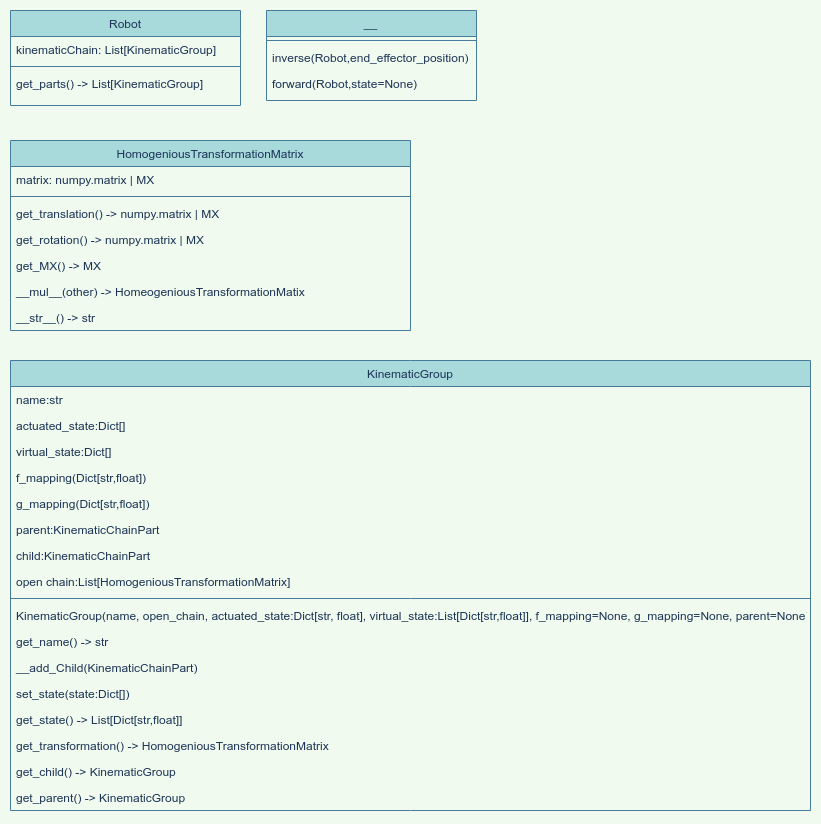
Before: docs/design/TriP.png, a diagram exported from draw.io (TriPed-Robot/trip_kinematics). Source tidied: cells renumbered, new cells last; positions are measured from the earlier drawing's top-left corner, leaving out a move shared by most shapes.
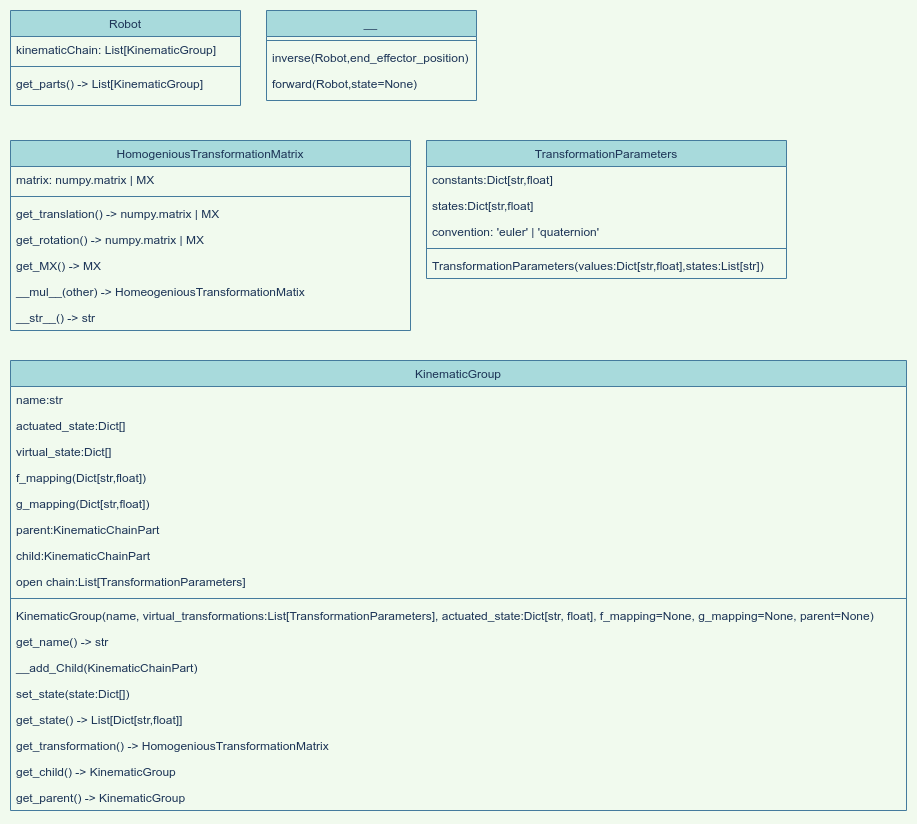
Later version of the same file.

What changed in the source:
```diff
@@ -27,58 +27,58 @@
       <mxGeometry y="60" width="210" height="26" as="geometry" />
     </mxCell>
     <mxCell id="10" value="KinematicGroup" style="swimlane;fontStyle=0;align=center;verticalAlign=top;horizontal=1;startSize=26;shadow=0;strokeWidth=1;fillColor=#A8DADC;strokeColor=#457B9D;fontColor=#1D3557;" parent="1" vertex="1">
-      <mxGeometry y="350" width="800" height="450" as="geometry" />
+      <mxGeometry y="350" width="896" height="450" as="geometry" />
     </mxCell>
     <mxCell id="11" value="name:str" style="text;align=left;verticalAlign=top;spacingLeft=4;spacingRight=4;overflow=hidden;fontColor=#1D3557;" parent="10" vertex="1">
-      <mxGeometry y="26" width="800" height="26" as="geometry" />
+      <mxGeometry y="26" width="896" height="26" as="geometry" />
     </mxCell>
     <mxCell id="12" value="actuated_state:Dict[]" style="text;align=left;verticalAlign=top;spacingLeft=4;spacingRight=4;overflow=hidden;fontColor=#1D3557;" parent="10" vertex="1">
-      <mxGeometry y="52" width="800" height="26" as="geometry" />
+      <mxGeometry y="52" width="896" height="26" as="geometry" />
     </mxCell>
     <mxCell id="13" value="virtual_state:Dict[]" style="text;align=left;verticalAlign=top;spacingLeft=4;spacingRight=4;overflow=hidden;fontColor=#1D3557;" parent="10" vertex="1">
-      <mxGeometry y="78" width="800" height="26" as="geometry" />
+      <mxGeometry y="78" width="896" height="26" as="geometry" />
     </mxCell>
     <mxCell id="14" value="f_mapping(Dict[str,float])" style="text;align=left;verticalAlign=top;spacingLeft=4;spacingRight=4;overflow=hidden;fontColor=#1D3557;" parent="10" vertex="1">
-      <mxGeometry y="104" width="800" height="26" as="geometry" />
+      <mxGeometry y="104" width="896" height="26" as="geometry" />
     </mxCell>
     <mxCell id="15" value="g_mapping(Dict[str,float])" style="text;align=left;verticalAlign=top;spacingLeft=4;spacingRight=4;overflow=hidden;fontColor=#1D3557;" parent="10" vertex="1">
-      <mxGeometry y="130" width="800" height="26" as="geometry" />
+      <mxGeometry y="130" width="896" height="26" as="geometry" />
     </mxCell>
     <mxCell id="16" value="parent:KinematicChainPart" style="text;align=left;verticalAlign=top;spacingLeft=4;spacingRight=4;overflow=hidden;fontColor=#1D3557;" parent="10" vertex="1">
-      <mxGeometry y="156" width="800" height="26" as="geometry" />
+      <mxGeometry y="156" width="896" height="26" as="geometry" />
     </mxCell>
     <mxCell id="17" value="child:KinematicChainPart" style="text;align=left;verticalAlign=top;spacingLeft=4;spacingRight=4;overflow=hidden;fontColor=#1D3557;" parent="10" vertex="1">
-      <mxGeometry y="182" width="800" height="26" as="geometry" />
+      <mxGeometry y="182" width="896" height="26" as="geometry" />
     </mxCell>
-    <mxCell id="18" value="open chain:List[HomogeniousTransformationMatrix]" style="text;align=left;verticalAlign=top;spacingLeft=4;spacingRight=4;overflow=hidden;fontColor=#1D3557;" parent="10" vertex="1">
-      <mxGeometry y="208" width="800" height="26" as="geometry" />
+    <mxCell id="18" value="open chain:List[TransformationParameters]" style="text;align=left;verticalAlign=top;spacingLeft=4;spacingRight=4;overflow=hidden;fontColor=#1D3557;" parent="10" vertex="1">
+      <mxGeometry y="208" width="896" height="26" as="geometry" />
     </mxCell>
     <mxCell id="19" style="line;html=1;strokeWidth=1;align=left;verticalAlign=middle;spacingTop=-1;spacingLeft=3;spacingRight=3;labelPosition=right;fillColor=#A8DADC;strokeColor=#457B9D;fontColor=#1D3557;labelBackgroundColor=#F1FAEE;" parent="10" vertex="1">
-      <mxGeometry y="234" width="800" height="8" as="geometry" />
+      <mxGeometry y="234" width="896" height="8" as="geometry" />
     </mxCell>
-    <mxCell id="20" value="KinematicGroup(name, open_chain, actuated_state:Dict[str, float], virtual_state:List[Dict[str,float]], f_mapping=None, g_mapping=None, parent=None)" style="text;align=left;verticalAlign=top;spacingLeft=4;spacingRight=4;overflow=hidden;fontColor=#1D3557;" parent="10" vertex="1">
-      <mxGeometry y="242" width="800" height="26" as="geometry" />
+    <mxCell id="20" value="KinematicGroup(name, virtual_transformations:List[TransformationParameters], actuated_state:Dict[str, float], f_mapping=None, g_mapping=None, parent=None)" style="text;align=left;verticalAlign=top;spacingLeft=4;spacingRight=4;overflow=hidden;fontColor=#1D3557;" parent="10" vertex="1">
+      <mxGeometry y="242" width="896" height="26" as="geometry" />
     </mxCell>
     <mxCell id="21" value="get_name() -&gt; str" style="text;align=left;verticalAlign=top;spacingLeft=4;spacingRight=4;overflow=hidden;fontColor=#1D3557;" parent="10" vertex="1">
-      <mxGeometry y="268" width="800" height="26" as="geometry" />
+      <mxGeometry y="268" width="896" height="26" as="geometry" />
     </mxCell>
     <mxCell id="22" value="__add_Child(KinematicChainPart)" style="text;align=left;verticalAlign=top;spacingLeft=4;spacingRight=4;overflow=hidden;fontColor=#1D3557;" parent="10" vertex="1">
-      <mxGeometry y="294" width="800" height="26" as="geometry" />
+      <mxGeometry y="294" width="896" height="26" as="geometry" />
     </mxCell>
     <mxCell id="23" value="set_state(state:Dict[])" style="text;align=left;verticalAlign=top;spacingLeft=4;spacingRight=4;overflow=hidden;fontColor=#1D3557;" parent="10" vertex="1">
-      <mxGeometry y="320" width="800" height="26" as="geometry" />
+      <mxGeometry y="320" width="896" height="26" as="geometry" />
     </mxCell>
     <mxCell id="24" value="get_state() -&gt; List[Dict[str,float]]" style="text;align=left;verticalAlign=top;spacingLeft=4;spacingRight=4;overflow=hidden;fontColor=#1D3557;" parent="10" vertex="1">
-      <mxGeometry y="346" width="800" height="26" as="geometry" />
+      <mxGeometry y="346" width="896" height="26" as="geometry" />
     </mxCell>
     <mxCell id="25" value="get_transformation() -&gt; HomogeniousTransformationMatrix" style="text;align=left;verticalAlign=top;spacingLeft=4;spacingRight=4;overflow=hidden;fontColor=#1D3557;" parent="10" vertex="1">
-      <mxGeometry y="372" width="800" height="26" as="geometry" />
+      <mxGeometry y="372" width="896" height="26" as="geometry" />
     </mxCell>
     <mxCell id="26" value="get_child() -&gt; KinematicGroup" style="text;align=left;verticalAlign=top;spacingLeft=4;spacingRight=4;overflow=hidden;fontColor=#1D3557;" parent="10" vertex="1">
-      <mxGeometry y="398" width="800" height="26" as="geometry" />
+      <mxGeometry y="398" width="896" height="26" as="geometry" />
     </mxCell>
     <mxCell id="27" value="get_parent() -&gt; KinematicGroup" style="text;align=left;verticalAlign=top;spacingLeft=4;spacingRight=4;overflow=hidden;fontColor=#1D3557;" parent="10" vertex="1">
-      <mxGeometry y="424" width="800" height="26" as="geometry" />
+      <mxGeometry y="424" width="896" height="26" as="geometry" />
     </mxCell>
     <mxCell id="28" value="HomogeniousTransformationMatrix" style="swimlane;fontStyle=0;align=center;verticalAlign=top;horizontal=1;startSize=26;shadow=0;strokeWidth=1;fillColor=#A8DADC;strokeColor=#457B9D;fontColor=#1D3557;" parent="1" vertex="1">
       <mxGeometry y="130" width="400" height="190" as="geometry" />
@@ -104,5 +104,23 @@
     <mxCell id="35" value="__str__() -&gt; str" style="text;align=left;verticalAlign=top;spacingLeft=4;spacingRight=4;overflow=hidden;fontColor=#1D3557;" parent="28" vertex="1">
       <mxGeometry y="164" width="400" height="26" as="geometry" />
     </mxCell>
+    <mxCell id="36" value="TransformationParameters" style="swimlane;fontStyle=0;align=center;verticalAlign=top;horizontal=1;startSize=26;shadow=0;strokeWidth=1;fillColor=#A8DADC;strokeColor=#457B9D;fontColor=#1D3557;" parent="1" vertex="1">
+      <mxGeometry x="416" y="130" width="360" height="138" as="geometry" />
+    </mxCell>
+    <mxCell id="37" value="constants:Dict[str,float]" style="text;align=left;verticalAlign=top;spacingLeft=4;spacingRight=4;overflow=hidden;fontColor=#1D3557;" parent="36" vertex="1">
+      <mxGeometry y="26" width="360" height="26" as="geometry" />
+    </mxCell>
+    <mxCell id="38" value="states:Dict[str,float]" style="text;align=left;verticalAlign=top;spacingLeft=4;spacingRight=4;overflow=hidden;fontColor=#1D3557;" parent="36" vertex="1">
+      <mxGeometry y="52" width="360" height="26" as="geometry" />
+    </mxCell>
+    <mxCell id="39" value="convention: 'euler' | 'quaternion'" style="text;align=left;verticalAlign=top;spacingLeft=4;spacingRight=4;overflow=hidden;fontColor=#1D3557;" parent="36" vertex="1">
+      <mxGeometry y="78" width="360" height="26" as="geometry" />
+    </mxCell>
+    <mxCell id="40" style="line;html=1;strokeWidth=1;align=left;verticalAlign=middle;spacingTop=-1;spacingLeft=3;spacingRight=3;labelPosition=right;fillColor=#A8DADC;strokeColor=#457B9D;fontColor=#1D3557;labelBackgroundColor=#F1FAEE;" parent="36" vertex="1">
+      <mxGeometry y="104" width="360" height="8" as="geometry" />
+    </mxCell>
+    <mxCell id="41" value="TransformationParameters(values:Dict[str,float],states:List[str])" style="text;align=left;verticalAlign=top;spacingLeft=4;spacingRight=4;overflow=hidden;fontColor=#1D3557;" parent="36" vertex="1">
+      <mxGeometry y="112" width="360" height="26" as="geometry" />
+    </mxCell>
   </root>
 </mxGraphModel>
```
